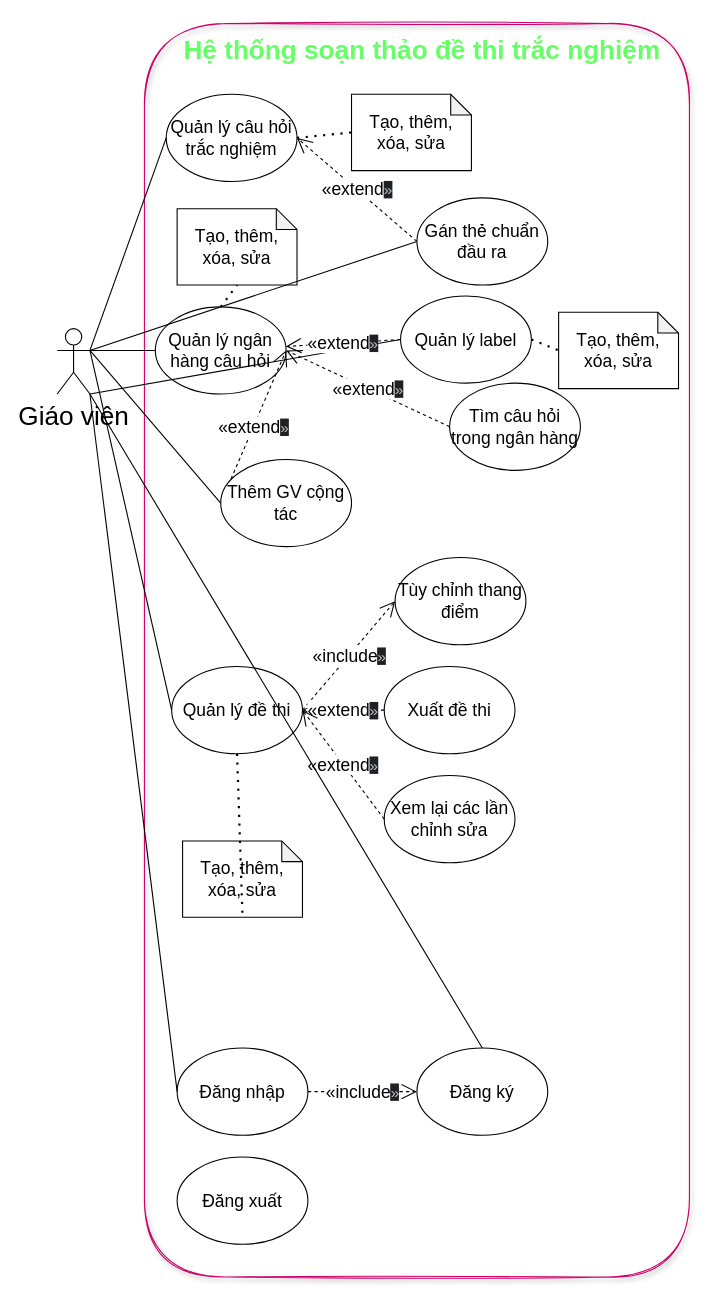
The draw.io diagram usecasediagram.drawio in VDT1805/ChallengeCreator, before the edit. Source tidied: cells renumbered, new cells numbered last; positions are measured from the earlier drawing's top-left corner, leaving out a move shared by most shapes. Both pictures are drawn from the tidied source at 109%, with x=0, y=0 at pixel (57, 23).
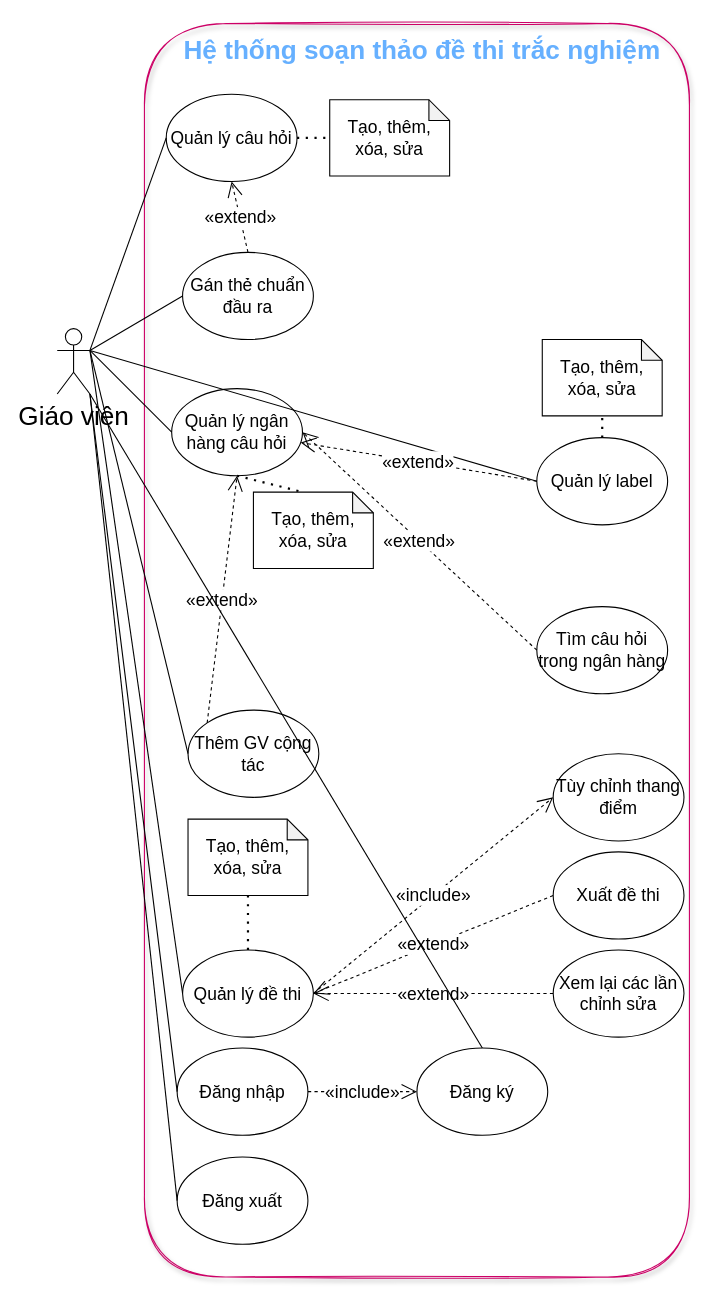
After the change.

Unchanged cells that the change refers to:
```xml
<mxCell id="4" value="Giáo viên" style="shape=umlActor;verticalLabelPosition=bottom;verticalAlign=top;html=1;outlineConnect=0;fontSize=24;" parent="1" vertex="1">
  <mxGeometry y="280" width="30" height="60" as="geometry" />
</mxCell>
<mxCell id="35" value="Đăng nhập" style="ellipse;whiteSpace=wrap;html=1;fontSize=16;" parent="1" vertex="1">
  <mxGeometry x="110" y="940" width="120" height="80" as="geometry" />
</mxCell>
<mxCell id="36" value="Đăng ký" style="ellipse;whiteSpace=wrap;html=1;fontSize=16;" parent="1" vertex="1">
  <mxGeometry x="330" y="940" width="120" height="80" as="geometry" />
</mxCell>
<mxCell id="40" value="Đăng xuất" style="ellipse;whiteSpace=wrap;html=1;fontSize=16;" parent="1" vertex="1">
  <mxGeometry x="110" y="1040" width="120" height="80" as="geometry" />
</mxCell>
```

Change to the diagram source:
```diff
@@
-    <mxCell id="3" value="&lt;font style=&quot;font-size: 24px&quot;&gt;Hệ thống soạn thảo đề thi trắc nghiệm&lt;/font&gt;" style="text;html=1;align=center;verticalAlign=middle;whiteSpace=wrap;rounded=0;fontStyle=1;fontColor=#66FF66;" parent="1" vertex="1">
+    <mxCell id="3" value="&lt;font color=&quot;#66b0ff&quot; style=&quot;font-size: 24px&quot;&gt;Hệ thống soạn thảo đề thi trắc nghiệm&lt;/font&gt;" style="text;html=1;align=center;verticalAlign=middle;whiteSpace=wrap;rounded=0;fontStyle=1;fontColor=#66FF66;" parent="1" vertex="1">
       <mxGeometry x="110" y="10" width="450" height="30" as="geometry" />
     </mxCell>
@@
-    <mxCell id="5" value="Quản lý câu hỏi trắc nghiệm" style="ellipse;whiteSpace=wrap;html=1;fontSize=16;" parent="1" vertex="1">
+    <mxCell id="5" value="Quản lý câu hỏi" style="ellipse;whiteSpace=wrap;html=1;fontSize=16;" parent="1" vertex="1">
       <mxGeometry x="100" y="65" width="120" height="80" as="geometry" />
     </mxCell>
     <mxCell id="6" value="Tạo, thêm, xóa, sửa" style="shape=note;whiteSpace=wrap;html=1;backgroundOutline=1;darkOpacity=0.05;fontSize=16;size=19;" parent="1" vertex="1">
-      <mxGeometry x="270" y="65" width="110" height="70" as="geometry" />
+      <mxGeometry x="250" y="70" width="110" height="70" as="geometry" />
     </mxCell>
@@
     <mxCell id="8" value="Quản lý ngân hàng câu hỏi" style="ellipse;whiteSpace=wrap;html=1;fontSize=16;" parent="1" vertex="1">
-      <mxGeometry x="90" y="260" width="120" height="80" as="geometry" />
+      <mxGeometry x="105" y="335" width="120" height="80" as="geometry" />
     </mxCell>
     <mxCell id="9" value="Tạo, thêm, xóa, sửa" style="shape=note;whiteSpace=wrap;html=1;backgroundOutline=1;darkOpacity=0.05;fontSize=16;size=19;" parent="1" vertex="1">
-      <mxGeometry x="110" y="170" width="110" height="70" as="geometry" />
+      <mxGeometry x="180" y="430" width="110" height="70" as="geometry" />
     </mxCell>
-    <mxCell id="10" style="endArrow=none;dashed=1;html=1;dashPattern=1 3;strokeWidth=2;fontSize=16;exitX=0.5;exitY=0;exitDx=0;exitDy=0;entryX=0.5;entryY=1;entryDx=0;entryDy=0;entryPerimeter=0;" parent="1" edge="1" source="8" target="9">
+    <mxCell id="10" style="endArrow=none;dashed=1;html=1;dashPattern=1 3;strokeWidth=2;fontSize=16;exitX=0.5;exitY=1;exitDx=0;exitDy=0;entryX=0;entryY=0;entryDx=45.5;entryDy=0;entryPerimeter=0;" parent="1" edge="1" source="8" target="9">
       <mxGeometry relative="1" as="geometry" />
     </mxCell>
-    <mxCell id="11" value="«extend&lt;span style=&quot;color: rgb(189, 193, 198); font-family: arial, sans-serif; font-size: 14px; text-align: left; background-color: rgb(32, 33, 36);&quot;&gt;»&lt;/span&gt;" style="endArrow=open;endSize=12;dashed=1;html=1;fontSize=16;exitX=0;exitY=0.5;exitDx=0;exitDy=0;entryX=1;entryY=0.5;entryDx=0;entryDy=0;" parent="1" edge="1" source="12" target="8">
+    <mxCell id="11" value="&lt;div style=&quot;text-align: left;&quot;&gt;«extend»&lt;/div&gt;" style="endArrow=open;endSize=12;dashed=1;html=1;fontSize=16;exitX=0;exitY=0;exitDx=0;exitDy=0;entryX=0.5;entryY=1;entryDx=0;entryDy=0;" parent="1" edge="1" source="12" target="8">
       <mxGeometry relative="1" as="geometry" />
     </mxCell>
     <mxCell id="12" value="Thêm GV cộng tác" style="ellipse;whiteSpace=wrap;html=1;fontSize=16;" parent="1" vertex="1">
-      <mxGeometry x="150" y="400" width="120" height="80" as="geometry" />
+      <mxGeometry x="120" y="630" width="120" height="80" as="geometry" />
     </mxCell>
@@
     <mxCell id="16" value="Quản lý đề thi" style="ellipse;whiteSpace=wrap;html=1;fontSize=16;" parent="1" vertex="1">
-      <mxGeometry x="105" y="590" width="120" height="80" as="geometry" />
+      <mxGeometry x="115" y="850" width="120" height="80" as="geometry" />
     </mxCell>
     <mxCell id="17" value="Tạo, thêm, xóa, sửa" style="shape=note;whiteSpace=wrap;html=1;backgroundOutline=1;darkOpacity=0.05;fontSize=16;size=19;" parent="1" vertex="1">
-      <mxGeometry x="115" y="750" width="110" height="70" as="geometry" />
+      <mxGeometry x="120" y="730" width="110" height="70" as="geometry" />
     </mxCell>
-    <mxCell id="18" style="endArrow=none;dashed=1;html=1;dashPattern=1 3;strokeWidth=2;fontSize=16;entryX=0.5;entryY=1;entryDx=0;entryDy=0;entryPerimeter=0;exitX=0.5;exitY=1;exitDx=0;exitDy=0;" parent="1" edge="1" source="16" target="17">
+    <mxCell id="18" style="endArrow=none;dashed=1;html=1;dashPattern=1 3;strokeWidth=2;fontSize=16;entryX=0.5;entryY=1;entryDx=0;entryDy=0;entryPerimeter=0;exitX=0.5;exitY=0;exitDx=0;exitDy=0;" parent="1" edge="1" source="16" target="17">
       <mxGeometry relative="1" as="geometry" />
     </mxCell>
-    <mxCell id="19" value="«include&lt;span style=&quot;color: rgb(189, 193, 198); font-family: arial, sans-serif; font-size: 14px; text-align: left; background-color: rgb(32, 33, 36);&quot;&gt;»&lt;/span&gt;" style="endArrow=open;endSize=12;dashed=1;html=1;fontSize=16;exitX=1;exitY=0.5;exitDx=0;exitDy=0;entryX=0;entryY=0.5;entryDx=0;entryDy=0;" parent="1" edge="1" source="16" target="20">
+    <mxCell id="19" value="&lt;div style=&quot;text-align: left;&quot;&gt;«include»&lt;/div&gt;" style="endArrow=open;endSize=12;dashed=1;html=1;fontSize=16;exitX=1;exitY=0.5;exitDx=0;exitDy=0;entryX=0;entryY=0.5;entryDx=0;entryDy=0;" parent="1" edge="1" source="16" target="20">
       <mxGeometry relative="1" as="geometry" />
     </mxCell>
     <mxCell id="20" value="Tùy chỉnh thang điểm" style="ellipse;whiteSpace=wrap;html=1;fontSize=16;" parent="1" vertex="1">
-      <mxGeometry x="310" y="490" width="120" height="80" as="geometry" />
+      <mxGeometry x="455" y="670" width="120" height="80" as="geometry" />
     </mxCell>
@@
     <mxCell id="22" value="Xuất đề thi" style="ellipse;whiteSpace=wrap;html=1;fontSize=16;" parent="1" vertex="1">
-      <mxGeometry x="300" y="590" width="120" height="80" as="geometry" />
+      <mxGeometry x="455" y="760" width="120" height="80" as="geometry" />
     </mxCell>
-    <mxCell id="23" value="«extend&lt;span style=&quot;color: rgb(189, 193, 198); font-family: arial, sans-serif; font-size: 14px; text-align: left; background-color: rgb(32, 33, 36);&quot;&gt;»&lt;/span&gt;" style="endArrow=open;endSize=12;dashed=1;html=1;fontSize=16;exitX=0;exitY=0.5;exitDx=0;exitDy=0;entryX=1;entryY=0.5;entryDx=0;entryDy=0;" parent="1" edge="1" source="22" target="16">
+    <mxCell id="23" value="«extend»" style="endArrow=open;endSize=12;dashed=1;html=1;fontSize=16;exitX=0;exitY=0.5;exitDx=0;exitDy=0;entryX=1;entryY=0.5;entryDx=0;entryDy=0;" parent="1" edge="1" source="22" target="16">
       <mxGeometry relative="1" as="geometry" />
     </mxCell>
     <mxCell id="24" value="Xem lại các lần chỉnh sửa" style="ellipse;whiteSpace=wrap;html=1;fontSize=16;" parent="1" vertex="1">
-      <mxGeometry x="300" y="690" width="120" height="80" as="geometry" />
+      <mxGeometry x="455" y="850" width="120" height="80" as="geometry" />
     </mxCell>
-    <mxCell id="25" value="«extend&lt;span style=&quot;color: rgb(189, 193, 198); font-family: arial, sans-serif; font-size: 14px; text-align: left; background-color: rgb(32, 33, 36);&quot;&gt;»&lt;/span&gt;" style="endArrow=open;endSize=12;dashed=1;html=1;fontSize=16;exitX=0;exitY=0.5;exitDx=0;exitDy=0;entryX=1;entryY=0.5;entryDx=0;entryDy=0;" parent="1" edge="1" source="24" target="16">
+    <mxCell id="25" value="«extend»" style="endArrow=open;endSize=12;dashed=1;html=1;fontSize=16;exitX=0;exitY=0.5;exitDx=0;exitDy=0;entryX=1;entryY=0.5;entryDx=0;entryDy=0;" parent="1" edge="1" source="24" target="16">
       <mxGeometry relative="1" as="geometry" />
     </mxCell>
     <mxCell id="26" value="Quản lý label" style="ellipse;whiteSpace=wrap;html=1;fontSize=16;" parent="1" vertex="1">
-      <mxGeometry x="315" y="250" width="120" height="80" as="geometry" />
+      <mxGeometry x="440" y="380" width="120" height="80" as="geometry" />
     </mxCell>
     <mxCell id="27" value="Tạo, thêm, xóa, sửa" style="shape=note;whiteSpace=wrap;html=1;backgroundOutline=1;darkOpacity=0.05;fontSize=16;size=19;" parent="1" vertex="1">
-      <mxGeometry x="460" y="265" width="110" height="70" as="geometry" />
+      <mxGeometry x="445" y="290" width="110" height="70" as="geometry" />
     </mxCell>
-    <mxCell id="28" style="endArrow=none;dashed=1;html=1;dashPattern=1 3;strokeWidth=2;fontSize=16;exitX=1;exitY=0.5;exitDx=0;exitDy=0;entryX=0;entryY=0.5;entryDx=0;entryDy=0;entryPerimeter=0;" parent="1" edge="1" source="26" target="27">
+    <mxCell id="28" style="endArrow=none;dashed=1;html=1;dashPattern=1 3;strokeWidth=2;fontSize=16;exitX=0.5;exitY=0;exitDx=0;exitDy=0;entryX=0.5;entryY=1;entryDx=0;entryDy=0;entryPerimeter=0;" parent="1" edge="1" source="26" target="27">
       <mxGeometry relative="1" as="geometry" />
     </mxCell>
-    <mxCell id="29" value="«extend&lt;span style=&quot;color: rgb(189, 193, 198); font-family: arial, sans-serif; font-size: 14px; text-align: left; background-color: rgb(32, 33, 36);&quot;&gt;»&lt;/span&gt;" style="endArrow=open;endSize=12;dashed=1;html=1;fontSize=16;entryX=1;entryY=0.5;entryDx=0;entryDy=0;exitX=0;exitY=0.5;exitDx=0;exitDy=0;" parent="1" edge="1" source="30" target="5">
+    <mxCell id="29" value="«extend»" style="endArrow=open;endSize=12;dashed=1;html=1;fontSize=16;entryX=0.5;entryY=1;entryDx=0;entryDy=0;exitX=0.5;exitY=0;exitDx=0;exitDy=0;" parent="1" edge="1" source="30" target="5">
       <mxGeometry relative="1" as="geometry" />
     </mxCell>
     <mxCell id="30" value="Gán thẻ chuẩn đầu ra" style="ellipse;whiteSpace=wrap;html=1;fontSize=16;" parent="1" vertex="1">
-      <mxGeometry x="330" y="160" width="120" height="80" as="geometry" />
+      <mxGeometry x="115" y="210" width="120" height="80" as="geometry" />
     </mxCell>
-    <mxCell id="31" style="endArrow=none;html=1;fontSize=16;exitX=1;exitY=1;exitDx=0;exitDy=0;exitPerimeter=0;entryX=0;entryY=0.5;entryDx=0;entryDy=0;" parent="1" edge="1" source="4" target="26">
-      <mxGeometry relative="1" as="geometry" />
+    <mxCell id="31" style="endArrow=none;html=1;fontSize=16;entryX=0;entryY=0.5;entryDx=0;entryDy=0;" parent="1" edge="1" target="26">
+      <mxGeometry relative="1" as="geometry">
+        <mxPoint x="30" y="300" as="sourcePoint" />
+      </mxGeometry>
     </mxCell>
@@
     <mxCell id="33" value="Tìm câu hỏi trong ngân hàng" style="ellipse;whiteSpace=wrap;html=1;fontSize=16;" parent="1" vertex="1">
-      <mxGeometry x="360" y="330" width="120" height="80" as="geometry" />
+      <mxGeometry x="440" y="535" width="120" height="80" as="geometry" />
     </mxCell>
-    <mxCell id="34" value="«extend&lt;span style=&quot;color: rgb(189, 193, 198); font-family: arial, sans-serif; font-size: 14px; text-align: left; background-color: rgb(32, 33, 36);&quot;&gt;»&lt;/span&gt;" style="endArrow=open;endSize=12;dashed=1;html=1;fontSize=16;exitX=0;exitY=0.5;exitDx=0;exitDy=0;entryX=1;entryY=0.5;entryDx=0;entryDy=0;" parent="1" edge="1" source="33" target="8">
+    <mxCell id="34" value="«extend»" style="endArrow=open;endSize=12;dashed=1;html=1;fontSize=16;exitX=0;exitY=0.5;exitDx=0;exitDy=0;entryX=1;entryY=0.5;entryDx=0;entryDy=0;" parent="1" edge="1" source="33" target="8">
       <mxGeometry relative="1" as="geometry" />
     </mxCell>
@@
-    <mxCell id="37" value="«include&lt;span style=&quot;color: rgb(189, 193, 198); font-family: arial, sans-serif; font-size: 14px; text-align: left; background-color: rgb(32, 33, 36);&quot;&gt;»&lt;/span&gt;" style="endArrow=open;endSize=12;dashed=1;html=1;fontSize=16;exitX=1;exitY=0.5;exitDx=0;exitDy=0;entryX=0;entryY=0.5;entryDx=0;entryDy=0;" parent="1" edge="1" source="35" target="36">
+    <mxCell id="37" value="«include»" style="endArrow=open;endSize=12;dashed=1;html=1;fontSize=16;exitX=1;exitY=0.5;exitDx=0;exitDy=0;entryX=0;entryY=0.5;entryDx=0;entryDy=0;" parent="1" edge="1" source="35" target="36">
       <mxGeometry relative="1" as="geometry" />
     </mxCell>
@@
-    <mxCell id="41" value="«extend&lt;span style=&quot;color: rgb(189, 193, 198); font-family: arial, sans-serif; font-size: 14px; text-align: left; background-color: rgb(32, 33, 36);&quot;&gt;»&lt;/span&gt;" style="endArrow=open;endSize=12;dashed=1;html=1;fontSize=16;exitX=0;exitY=0.5;exitDx=0;exitDy=0;" parent="1" edge="1" source="26" target="8">
+    <mxCell id="41" value="«extend»" style="endArrow=open;endSize=12;dashed=1;html=1;fontSize=16;exitX=0;exitY=0.5;exitDx=0;exitDy=0;" parent="1" edge="1" source="26" target="8">
       <mxGeometry relative="1" as="geometry" />
     </mxCell>
+    <mxCell id="42" style="endArrow=none;html=1;fontColor=#66b0ff;entryX=0;entryY=0.5;entryDx=0;entryDy=0;exitX=1;exitY=1;exitDx=0;exitDy=0;exitPerimeter=0;" parent="1" edge="1" source="4" target="40">
+      <mxGeometry relative="1" as="geometry" />
+    </mxCell>
```
